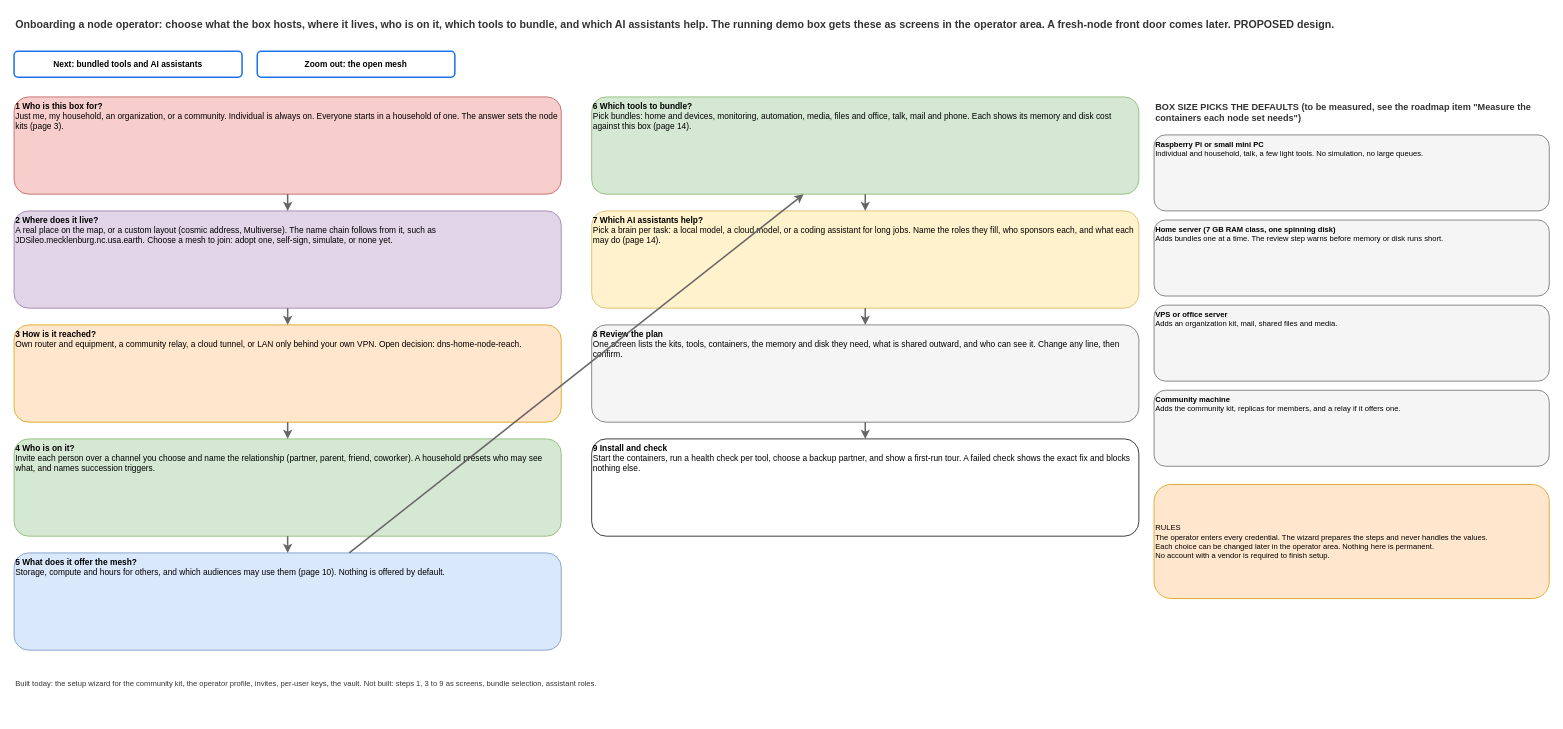
Above: page "13 Onboarding flow" (13 of 14) of docs/architecture/NODE_MESH_AND_DATA_SHARING.drawio in CosmopolitanCoalition/fair-constitution-app (draw.io), before the change. Source tidied: cells renumbered, new cells numbered last; positions are measured from the earlier drawing's top-left corner, leaving out a move shared by most shapes. Both pictures are drawn from the tidied source at 76%, with x=0, y=0 at pixel (14, 13).
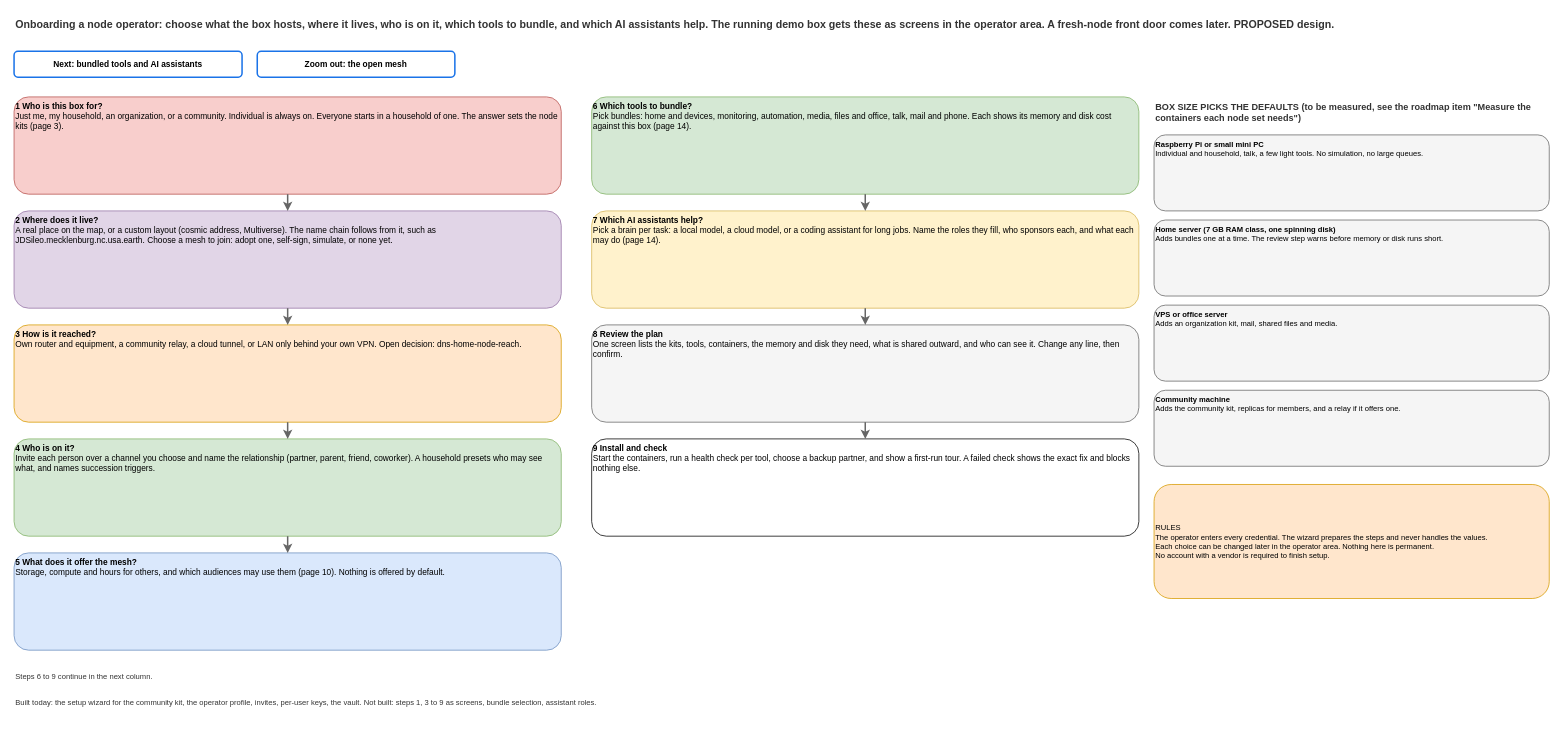
The same page after the edit.

The change refers to these unchanged cells:
```xml
<mxCell id="9" value="&lt;b&gt;5  What does it offer the mesh?&lt;/b&gt;&lt;br&gt;Storage, compute and hours for others, and which audiences may use them (page 10). Nothing is offered by default." style="rounded=1;whiteSpace=wrap;html=1;fillColor=#dae8fc;strokeColor=#6c8ebf;fontSize=11;align=left;verticalAlign=top;" parent="1" vertex="1">
  <mxGeometry y="710" width="720" height="128" as="geometry" />
</mxCell>
<mxCell id="10" value="&lt;b&gt;6  Which tools to bundle?&lt;/b&gt;&lt;br&gt;Pick bundles: home and devices, monitoring, automation, media, files and office, talk, mail and phone. Each shows its memory and disk cost against this box (page 14)." style="rounded=1;whiteSpace=wrap;html=1;fillColor=#d5e8d4;strokeColor=#82b366;fontSize=11;align=left;verticalAlign=top;" parent="1" vertex="1">
  <mxGeometry x="760" y="110" width="720" height="128" as="geometry" />
</mxCell>
```

The edit, as a diff of the source:
```diff
@@
-    <mxCell id="21" style="endArrow=classic;html=1;rounded=0;strokeColor=#666666;strokeWidth=2;fontSize=10;labelBackgroundColor=#ffffff;" parent="1" edge="1" source="9" target="10">
-      <mxGeometry relative="1" as="geometry" />
+    <mxCell id="21" value="Steps 6 to 9 continue in the next column." style="text;html=1;whiteSpace=wrap;strokeColor=none;fillColor=none;fontSize=10;align=left;verticalAlign=top;fontColor=#333333;" parent="1" vertex="1">
+      <mxGeometry y="860" width="720" height="20" as="geometry" />
     </mxCell>
@@
     <mxCell id="28" value="Built today: the setup wizard for the community kit, the operator profile, invites, per-user keys, the vault. Not built: steps 1, 3 to 9 as screens, bundle selection, assistant roles." style="text;html=1;whiteSpace=wrap;strokeColor=none;fillColor=none;fontSize=10;align=left;verticalAlign=top;fontColor=#333333;" parent="1" vertex="1">
-      <mxGeometry y="870" width="1500" height="30" as="geometry" />
+      <mxGeometry y="895" width="1500" height="30" as="geometry" />
     </mxCell>
```
